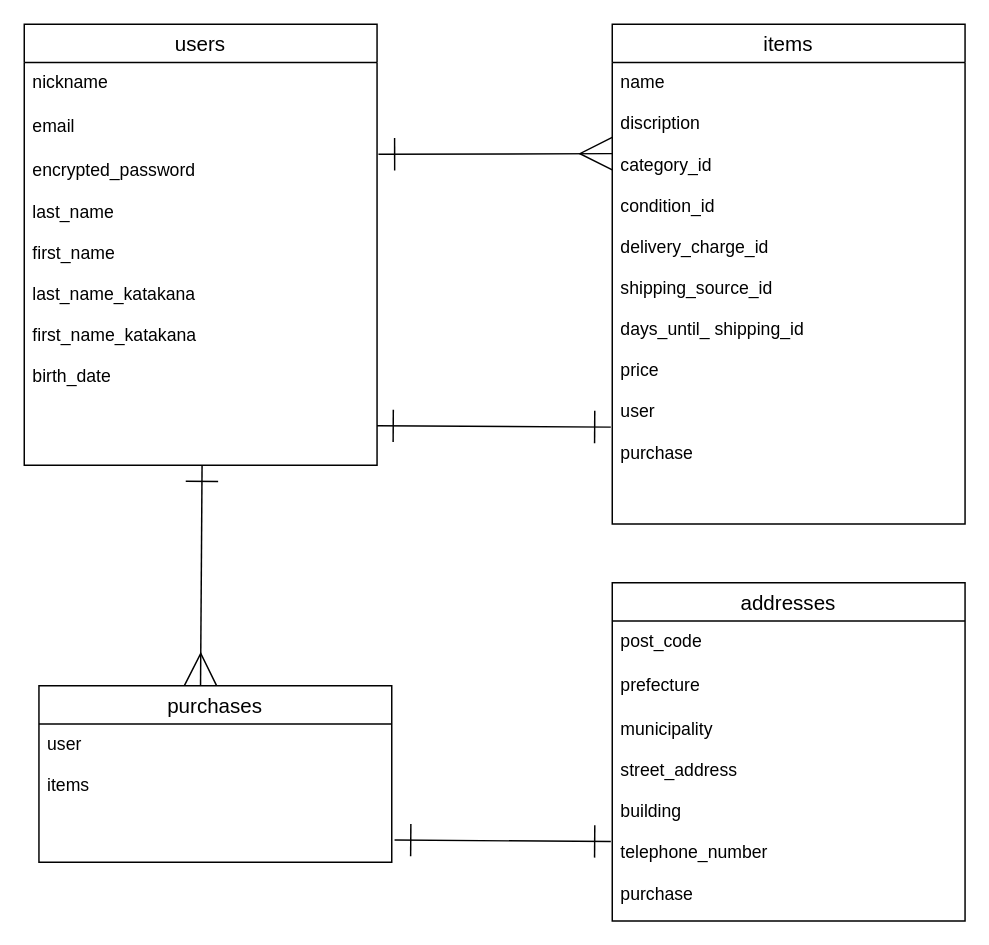
Earlier version of the draw.io diagram er.dio (ryo-im/furima-40209). Source tidied: cells renumbered, new cells numbered last; positions are measured from the earlier drawing's top-left corner, leaving out a move shared by most shapes. Both pictures are drawn from the tidied source at 147%, with x=0, y=0 at pixel (24, 24).
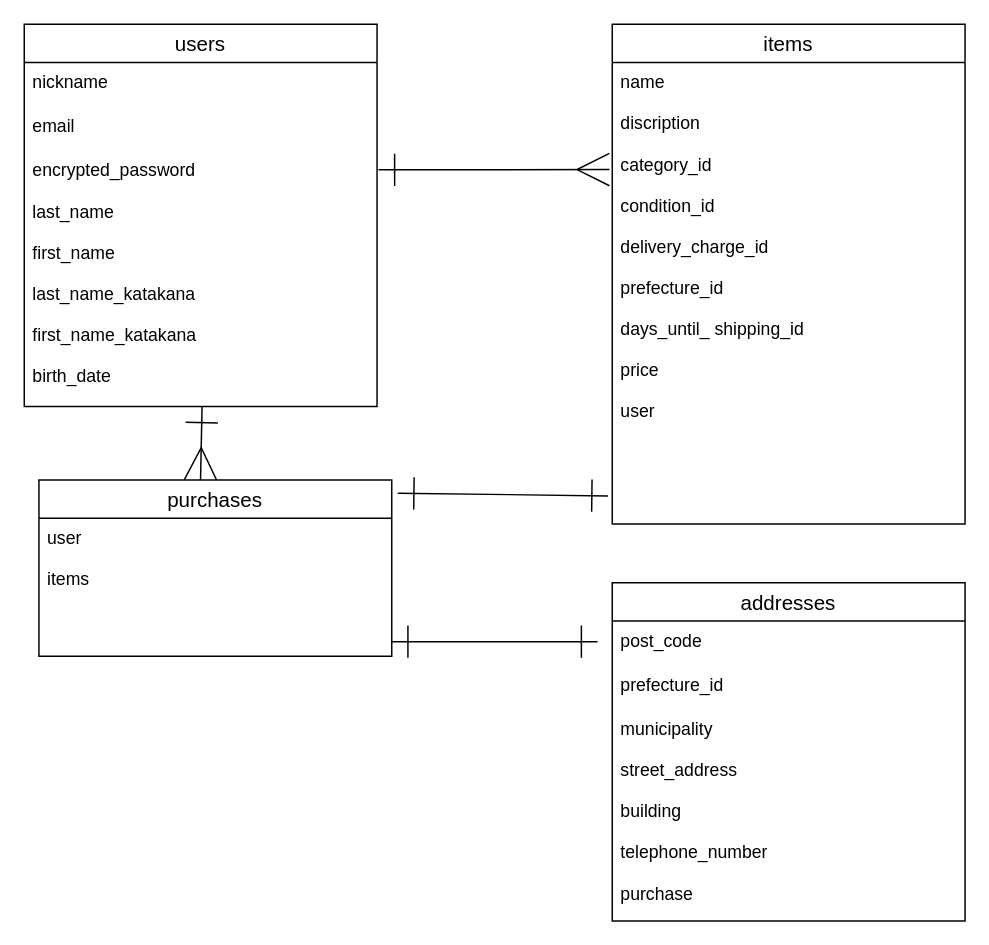
Above is the later version.

Commit message (it also covers changes not shown here):
データベース設計　修正

What changed in the source:
```diff
@@
 <mxGraphModel>
   <root>
     <mxCell id="0" />
     <mxCell id="1" parent="0" />
     <mxCell id="2" style="edgeStyle=none;jumpSize=6;html=1;startArrow=ERone;startFill=0;endArrow=ERmany;endFill=0;startSize=20;endSize=20;entryX=0.458;entryY=0;entryDx=0;entryDy=0;entryPerimeter=0;exitX=0.504;exitY=1;exitDx=0;exitDy=0;exitPerimeter=0;" parent="1" edge="1" source="5" target="9">
       <mxGeometry relative="1" as="geometry" />
     </mxCell>
     <mxCell id="3" value="users" style="swimlane;fontStyle=0;horizontal=1;startSize=26;align=center;fontSize=14;" parent="1" vertex="1">
-      <mxGeometry width="240" height="300" as="geometry" />
+      <mxGeometry width="240" height="260" as="geometry" />
     </mxCell>
     <mxCell id="4" value="nickname" style="text;strokeColor=none;fillColor=none;spacingLeft=4;spacingRight=4;overflow=hidden;fontSize=12;" parent="3" vertex="1">
       <mxGeometry y="26" width="240" height="30" as="geometry" />
     </mxCell>
     <mxCell id="5" value="email" style="text;strokeColor=none;fillColor=none;spacingLeft=4;spacingRight=4;overflow=hidden;points=[[0,0.5],[1,0.5]];portConstraint=eastwest;fontSize=12;" parent="3" vertex="1">
-      <mxGeometry y="56" width="240" height="244" as="geometry" />
+      <mxGeometry y="56" width="240" height="204" as="geometry" />
     </mxCell>
     <mxCell id="6" value="items" style="swimlane;fontStyle=0;horizontal=1;startSize=26;align=center;fontSize=14;" parent="1" vertex="1">
       <mxGeometry x="400" width="240" height="340" as="geometry" />
     </mxCell>
-    <mxCell id="7" value="name&#10;&#10;discription&#10;&#10;category_id&#10;&#10;condition_id&#10;&#10;delivery_charge_id&#10;&#10;shipping_source_id&#10;&#10;days_until_ shipping_id&#10;&#10;price&#10;&#10;user&#10;&#10;purchase" style="text;strokeColor=none;fillColor=none;spacingLeft=4;spacingRight=4;overflow=hidden;points=[[0,0.5],[1,0.5]];portConstraint=eastwest;fontSize=12;" parent="6" vertex="1">
+    <mxCell id="7" value="name&#10;&#10;discription&#10;&#10;category_id&#10;&#10;condition_id&#10;&#10;delivery_charge_id&#10;&#10;prefecture_id&#10;&#10;days_until_ shipping_id&#10;&#10;price&#10;&#10;user&#10;" style="text;strokeColor=none;fillColor=none;spacingLeft=4;spacingRight=4;overflow=hidden;points=[[0,0.5],[1,0.5]];portConstraint=eastwest;fontSize=12;" parent="6" vertex="1">
       <mxGeometry y="26" width="240" height="314" as="geometry" />
     </mxCell>
-    <mxCell id="8" style="edgeStyle=none;jumpSize=6;html=1;exitX=1.008;exitY=0.84;exitDx=0;exitDy=0;startArrow=ERone;startFill=0;endArrow=ERone;endFill=0;startSize=20;endSize=20;exitPerimeter=0;entryX=-0.004;entryY=0.625;entryDx=0;entryDy=0;entryPerimeter=0;" parent="1" edge="1" source="10" target="14">
-      <mxGeometry relative="1" as="geometry" />
+    <mxCell id="8" style="edgeStyle=none;jumpSize=6;html=1;startArrow=ERone;startFill=0;endArrow=ERone;endFill=0;startSize=20;endSize=20;" parent="1" edge="1">
+      <mxGeometry relative="1" as="geometry">
+        <mxPoint x="250" y="420" as="sourcePoint" />
+        <mxPoint x="390" y="420" as="targetPoint" />
+      </mxGeometry>
     </mxCell>
     <mxCell id="9" value="purchases" style="swimlane;fontStyle=0;horizontal=1;startSize=26;align=center;fontSize=14;" parent="1" vertex="1">
-      <mxGeometry x="10" y="450" width="240" height="120" as="geometry" />
+      <mxGeometry x="10" y="310" width="240" height="120" as="geometry" />
     </mxCell>
     <mxCell id="10" value="user&#10;&#10;items" style="text;strokeColor=none;fillColor=none;spacingLeft=4;spacingRight=4;overflow=hidden;points=[[0,0.5],[1,0.5]];portConstraint=eastwest;fontSize=12;" parent="9" vertex="1">
       <mxGeometry y="26" width="240" height="94" as="geometry" />
     </mxCell>
     <mxCell id="11" value="addresses" style="swimlane;fontStyle=0;horizontal=1;startSize=26;align=center;fontSize=14;" parent="1" vertex="1">
       <mxGeometry x="400" y="380" width="240" height="230" as="geometry" />
     </mxCell>
     <mxCell id="12" value="post_code&#10;&#10;" style="text;strokeColor=none;fillColor=none;spacingLeft=4;spacingRight=4;overflow=hidden;fontSize=12;" parent="11" vertex="1">
       <mxGeometry y="26" width="240" height="30" as="geometry" />
     </mxCell>
-    <mxCell id="13" value="prefecture" style="text;strokeColor=none;fillColor=none;spacingLeft=4;spacingRight=4;overflow=hidden;fontSize=12;" parent="11" vertex="1">
+    <mxCell id="13" value="prefecture_id" style="text;strokeColor=none;fillColor=none;spacingLeft=4;spacingRight=4;overflow=hidden;fontSize=12;" parent="11" vertex="1">
       <mxGeometry y="56" width="240" height="30" as="geometry" />
     </mxCell>
     <mxCell id="14" value="municipality&#10;&#10;street_address&#10;&#10;building&#10;&#10;telephone_number&#10;&#10;purchase" style="text;strokeColor=none;fillColor=none;spacingLeft=4;spacingRight=4;overflow=hidden;points=[[0,0.5],[1,0.5]];portConstraint=eastwest;fontSize=12;" parent="11" vertex="1">
       <mxGeometry y="86" width="240" height="144" as="geometry" />
     </mxCell>
-    <mxCell id="15" style="edgeStyle=none;html=1;exitX=1.004;exitY=0.133;exitDx=0;exitDy=0;endArrow=ERmany;endFill=0;jumpSize=6;endSize=20;startArrow=ERone;startFill=0;startSize=20;exitPerimeter=0;" parent="1" edge="1" source="5">
-      <mxGeometry relative="1" as="geometry">
-        <mxPoint x="400" y="88" as="targetPoint" />
-      </mxGeometry>
+    <mxCell id="15" style="edgeStyle=none;html=1;exitX=1.004;exitY=0.075;exitDx=0;exitDy=0;endArrow=ERmany;endFill=0;jumpSize=6;endSize=20;startArrow=ERone;startFill=0;startSize=20;exitPerimeter=0;entryX=-0.008;entryY=0.232;entryDx=0;entryDy=0;entryPerimeter=0;" parent="1" edge="1" source="17" target="7">
+      <mxGeometry relative="1" as="geometry" />
     </mxCell>
-    <mxCell id="16" style="edgeStyle=none;jumpSize=6;html=1;exitX=1;exitY=0.89;exitDx=0;exitDy=0;startArrow=ERone;startFill=0;endArrow=ERone;endFill=0;startSize=20;endSize=20;exitPerimeter=0;entryX=-0.004;entryY=0.79;entryDx=0;entryDy=0;entryPerimeter=0;" parent="1" edge="1" source="5" target="7">
+    <mxCell id="16" style="edgeStyle=none;jumpSize=6;html=1;startArrow=ERone;startFill=0;endArrow=ERone;endFill=0;startSize=20;endSize=20;entryX=-0.012;entryY=0.939;entryDx=0;entryDy=0;entryPerimeter=0;exitX=1.017;exitY=0.075;exitDx=0;exitDy=0;exitPerimeter=0;" parent="1" edge="1" source="9" target="7">
       <mxGeometry relative="1" as="geometry" />
     </mxCell>
     <mxCell id="17" value="encrypted_password&#10;&#10;last_name&#10;&#10;first_name&#10;&#10;last_name_katakana&#10;&#10;first_name_katakana&#10;&#10;birth_date" style="text;strokeColor=none;fillColor=none;spacingLeft=4;spacingRight=4;overflow=hidden;points=[[0,0.5],[1,0.5]];portConstraint=eastwest;fontSize=12;" parent="1" vertex="1">
-      <mxGeometry y="86" width="240" height="204" as="geometry" />
+      <mxGeometry y="86" width="240" height="174" as="geometry" />
     </mxCell>
   </root>
 </mxGraphModel>
```
